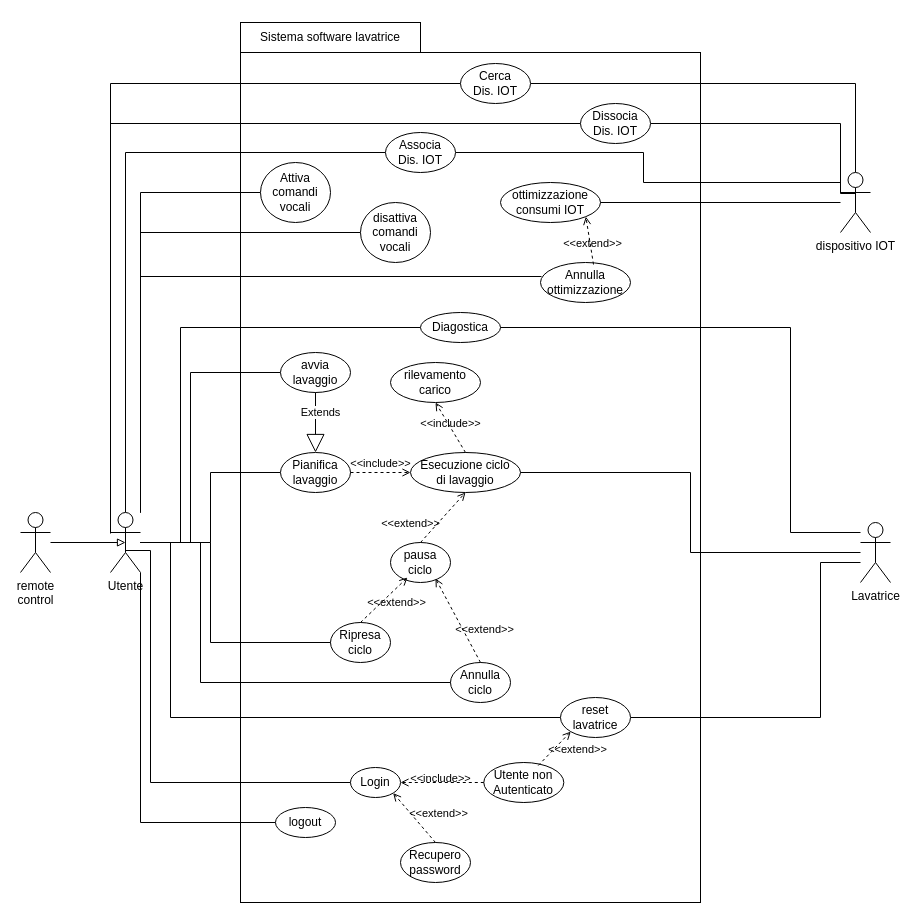
This is content/use.drawio from uni-aca100/ing-proj, a draw.io file, before an edit. Source tidied: cells renumbered, new cells numbered last; positions are measured from the earlier drawing's top-left corner, leaving out a move shared by most shapes. Both pictures are drawn from the tidied source at 100%, with x=0, y=0 at pixel (20, 22).
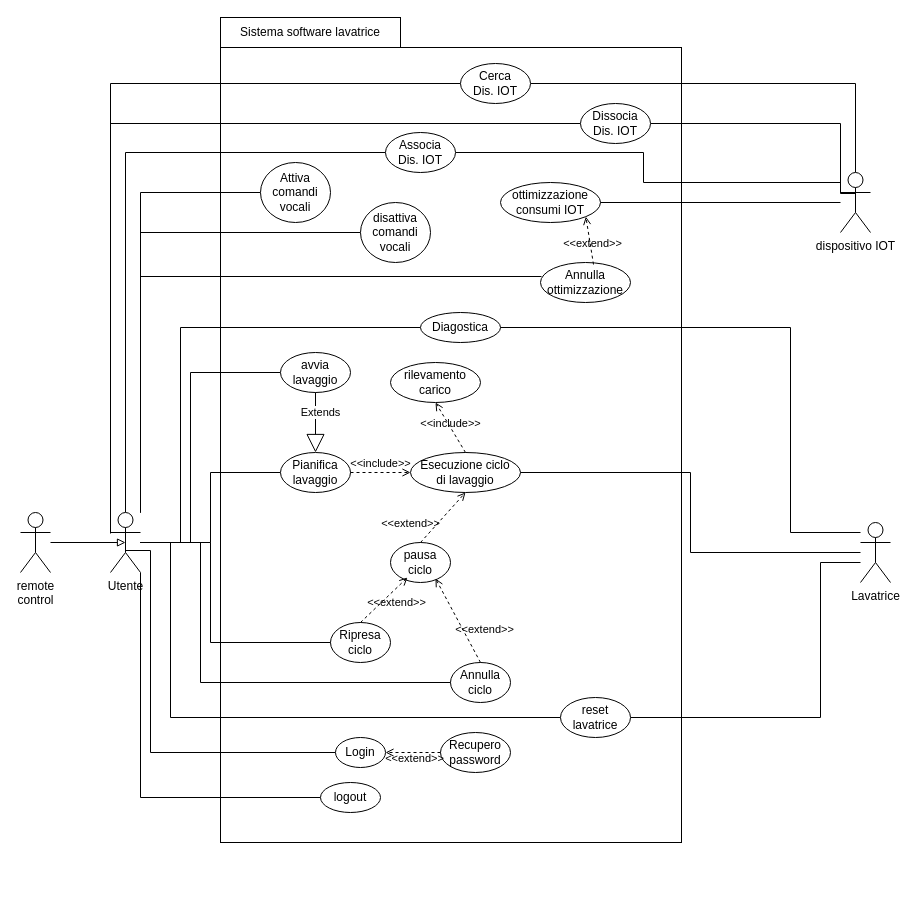
The same page after the edit.

Commit message (it also covers changes not shown here):
remove auth use case for reset extention

The change refers to these unchanged cells:
```xml
<mxCell id="24" value="Utente" style="shape=umlActor;verticalLabelPosition=bottom;verticalAlign=top;html=1;" parent="1" vertex="1">
  <mxGeometry x="90" y="490" width="30" height="60" as="geometry" />
</mxCell>
<mxCell id="35" value="&lt;div&gt;reset&lt;/div&gt;&lt;div&gt;lavatrice&lt;/div&gt;" style="ellipse;whiteSpace=wrap;html=1;" parent="1" vertex="1">
  <mxGeometry x="540" y="675" width="70" height="40" as="geometry" />
</mxCell>
```

Diff of the diagram source:
```diff
@@
     <mxCell id="2" style="rounded=0;whiteSpace=wrap;html=1;" parent="1" vertex="1">
-      <mxGeometry x="220" y="30" width="460" height="850" as="geometry" />
+      <mxGeometry x="200" y="25" width="461" height="795" as="geometry" />
     </mxCell>
     <mxCell id="3" value="Sistema software lavatrice" style="rounded=0;whiteSpace=wrap;html=1;" parent="1" vertex="1">
-      <mxGeometry x="220" width="180" height="30" as="geometry" />
+      <mxGeometry x="200" y="-5" width="180" height="30" as="geometry" />
     </mxCell>
@@
     <mxCell id="19" style="edgeStyle=orthogonalEdgeStyle;rounded=0;jettySize=auto;html=1;entryX=0;entryY=0.5;entryDx=0;entryDy=0;endArrow=none;endFill=0;" parent="1" edge="1" target="48">
       <mxGeometry relative="1" as="geometry">
         <mxPoint x="105" y="528" as="sourcePoint" />
         <Array as="points">
           <mxPoint x="130" y="528" />
-          <mxPoint x="130" y="760" />
+          <mxPoint x="130" y="730" />
         </Array>
       </mxGeometry>
     </mxCell>
     <mxCell id="20" style="edgeStyle=orthogonalEdgeStyle;rounded=0;jettySize=auto;html=1;entryX=0;entryY=0.5;entryDx=0;entryDy=0;endArrow=none;endFill=0;" parent="1" edge="1" source="24" target="54">
       <mxGeometry relative="1" as="geometry">
         <Array as="points">
-          <mxPoint x="120" y="800" />
+          <mxPoint x="120" y="775" />
         </Array>
       </mxGeometry>
     </mxCell>
@@
     <mxCell id="48" value="Login" style="ellipse;whiteSpace=wrap;html=1;" parent="1" vertex="1">
-      <mxGeometry x="330" y="745" width="50" height="30" as="geometry" />
+      <mxGeometry x="315" y="715" width="50" height="30" as="geometry" />
     </mxCell>
     <mxCell id="49" value="Recupero password" style="ellipse;whiteSpace=wrap;html=1;" parent="1" vertex="1">
-      <mxGeometry x="380" y="820" width="70" height="40" as="geometry" />
+      <mxGeometry x="420" y="710" width="70" height="40" as="geometry" />
     </mxCell>
-    <mxCell id="50" value="&amp;lt;&amp;lt;extend&amp;gt;&amp;gt;" style="html=1;verticalAlign=bottom;labelBackgroundColor=none;endArrow=open;endFill=0;dashed=1;rounded=0;exitX=0.5;exitY=0;exitDx=0;exitDy=0;entryX=1;entryY=1;entryDx=0;entryDy=0;" parent="1" edge="1" source="49" target="48">
-      <mxGeometry x="-0.6" y="-15" relative="1" as="geometry" />
+    <mxCell id="50" value="&amp;lt;&amp;lt;extend&amp;gt;&amp;gt;" style="html=1;verticalAlign=bottom;labelBackgroundColor=none;endArrow=open;endFill=0;dashed=1;rounded=0;exitX=0;exitY=0.5;exitDx=0;exitDy=0;entryX=1;entryY=0.5;entryDx=0;entryDy=0;" parent="1" edge="1" source="49" target="48">
+      <mxGeometry x="-0.01" y="15" relative="1" as="geometry">
+        <mxPoint x="1" as="offset" />
+      </mxGeometry>
     </mxCell>
-    <mxCell id="51" value="&lt;div&gt;Utente non&lt;/div&gt;&lt;div&gt;Autenticato&lt;/div&gt;" style="ellipse;whiteSpace=wrap;html=1;" parent="1" vertex="1">
-      <mxGeometry x="463.3" y="740" width="80" height="40" as="geometry" />
-    </mxCell>
-    <mxCell id="52" value="&amp;lt;&amp;lt;extend&amp;gt;&amp;gt;" style="html=1;verticalAlign=bottom;labelBackgroundColor=none;endArrow=open;endFill=0;dashed=1;rounded=0;exitX=0.681;exitY=0.075;exitDx=0;exitDy=0;entryX=0;entryY=1;entryDx=0;entryDy=0;exitPerimeter=0;" parent="1" edge="1" source="51" target="35">
-      <mxGeometry x="0.37" y="-23" relative="1" as="geometry" />
-    </mxCell>
-    <mxCell id="53" value="&amp;lt;&amp;lt;include&amp;gt;&amp;gt;" style="html=1;verticalAlign=bottom;labelBackgroundColor=none;endArrow=open;endFill=0;dashed=1;rounded=0;exitX=0;exitY=0.5;exitDx=0;exitDy=0;entryX=1;entryY=0.5;entryDx=0;entryDy=0;" parent="1" edge="1" source="51" target="48">
-      <mxGeometry x="0.04" y="5" relative="1" as="geometry" />
-    </mxCell>
     <mxCell id="54" value="logout" style="ellipse;whiteSpace=wrap;html=1;" parent="1" vertex="1">
-      <mxGeometry x="255" y="785" width="60" height="30" as="geometry" />
+      <mxGeometry x="300" y="760" width="60" height="30" as="geometry" />
     </mxCell>
```
